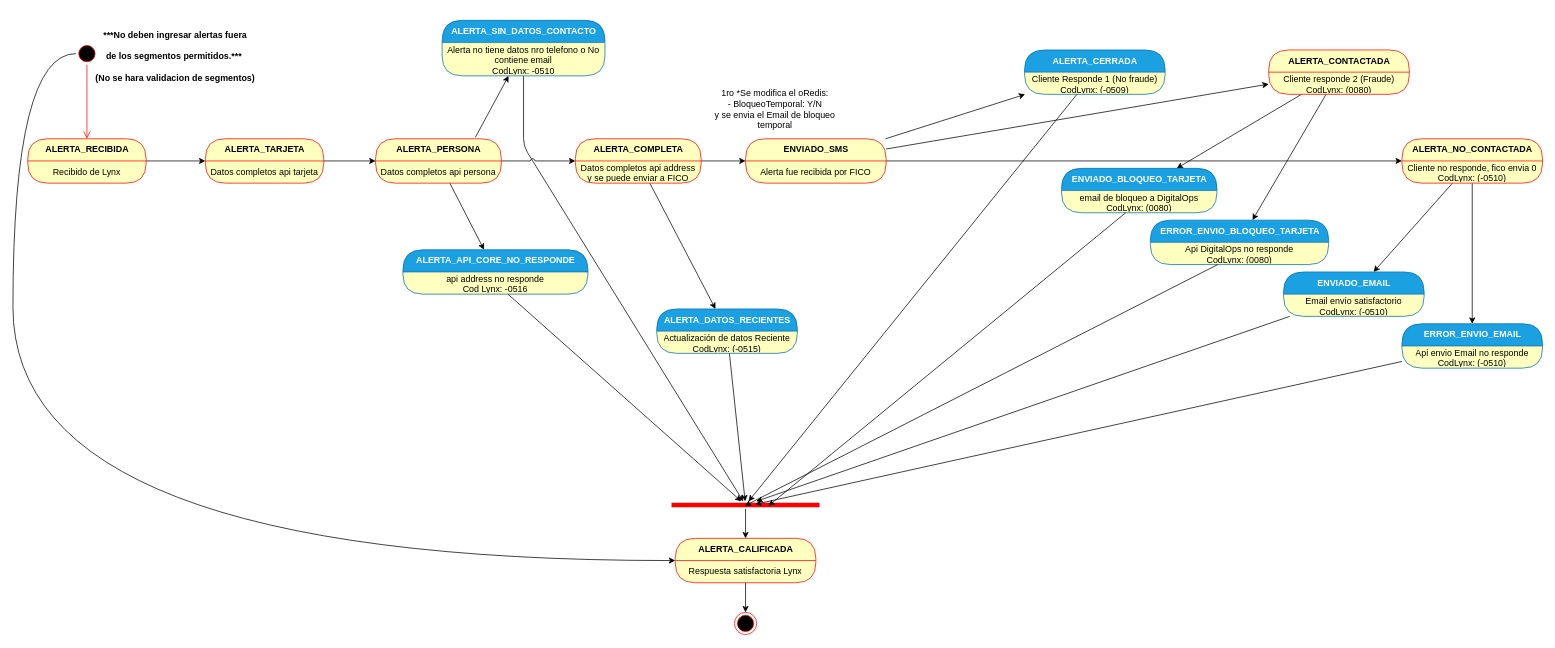
Above: EstadosLynx.drawio in zolymo/diagrams (draw.io), before the change. Source tidied: cells renumbered, new cells numbered last; positions are measured from the earlier drawing's top-left corner, leaving out a move shared by most shapes. Both pictures are drawn from the tidied source at 74%, with x=0, y=0 at pixel (13, 13).
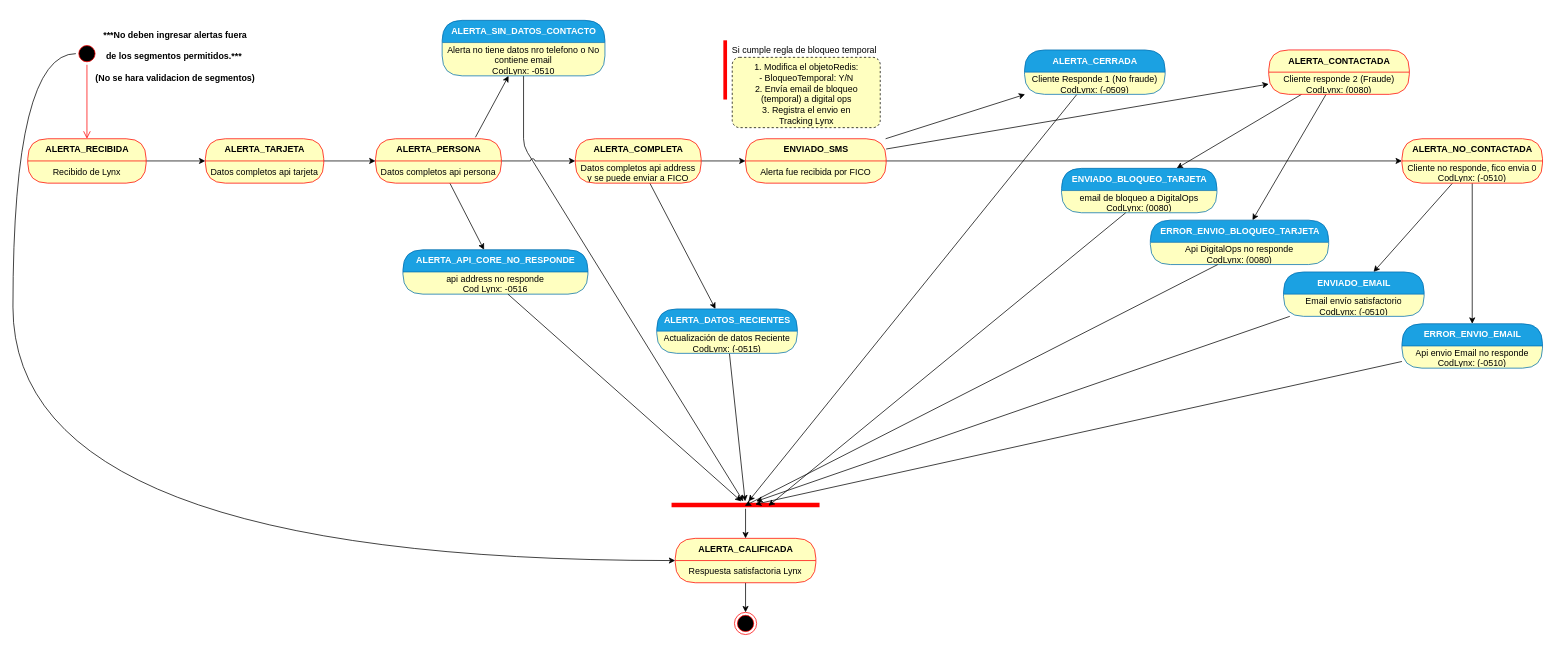
The same diagram, later.

Diff of the diagram source:
```diff
@@
-    <mxCell id="66" value="1ro *Se modifica el oRedis:&lt;br&gt;- BloqueoTemporal: Y/N&lt;br&gt;y se envia el Email de bloqueo temporal" style="text;html=1;strokeColor=none;fillColor=none;align=center;verticalAlign=middle;whiteSpace=wrap;rounded=0;" parent="1" vertex="1">
-      <mxGeometry x="940" y="100" width="180" height="60" as="geometry" />
-    </mxCell>
+    <mxCell id="67" value="1. Modifica el objetoRedis:&lt;br&gt;- BloqueoTemporal: Y/N&lt;br&gt;2. Envía email de bloqueo &lt;br&gt;(temporal) a digital ops&lt;br&gt;3. Registra el envio en &lt;br&gt;Tracking Lynx" style="html=1;align=center;verticalAlign=top;rounded=1;absoluteArcSize=1;arcSize=20;dashed=1;fillColor=#FFFFC0;" parent="1" vertex="1">
+      <mxGeometry x="972" y="60" width="200" height="95" as="geometry" />
+    </mxCell>
+    <mxCell id="68" value="Si cumple regla de bloqueo temporal" style="html=1;perimeter=orthogonalPerimeter;strokeColor=none;align=left;verticalAlign=top;spacingLeft=10;fillColor=#FF0000;" parent="1" vertex="1">
+      <mxGeometry x="960" y="37" width="5" height="80" as="geometry" />
+    </mxCell>
```
